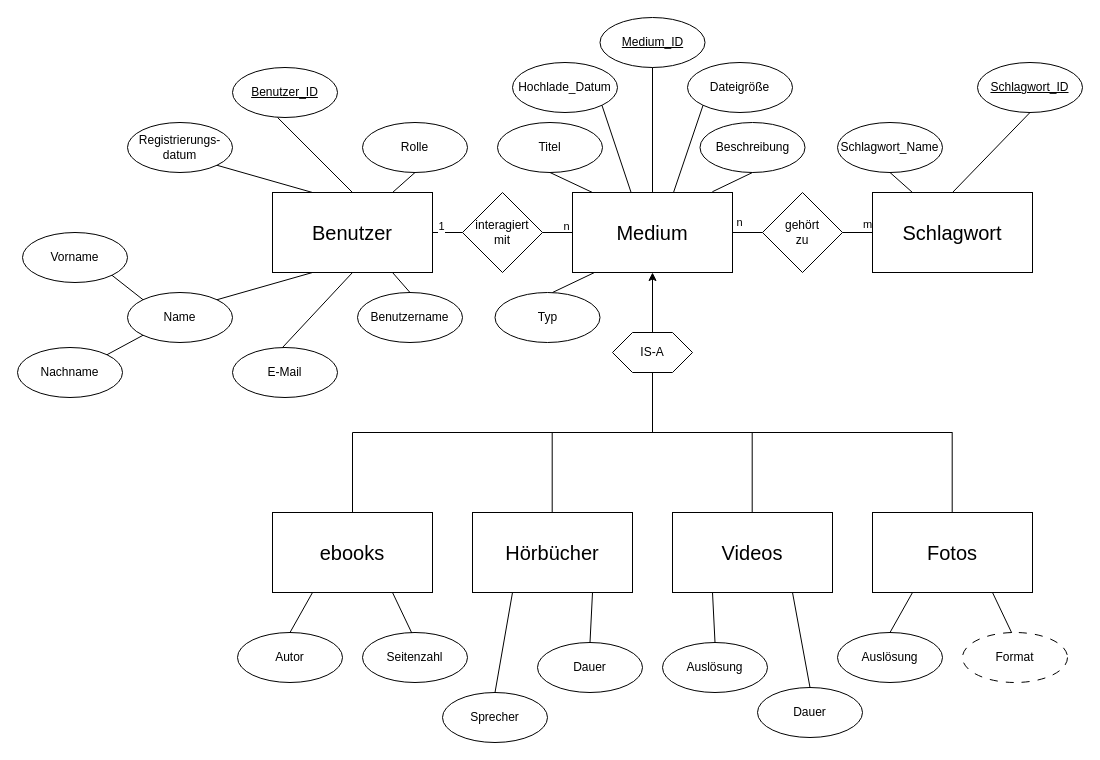
Kaktussaft/Mediendatenbank-broken keeps this draw.io diagram as Diagramme/ER-Diagramm.drawio. Above is the earlier version. Source tidied: cells renumbered, new cells numbered last; positions are measured from the earlier drawing's top-left corner, leaving out a move shared by most shapes. Both pictures are drawn from the tidied source at 100%, with x=0, y=0 at pixel (17, 17).
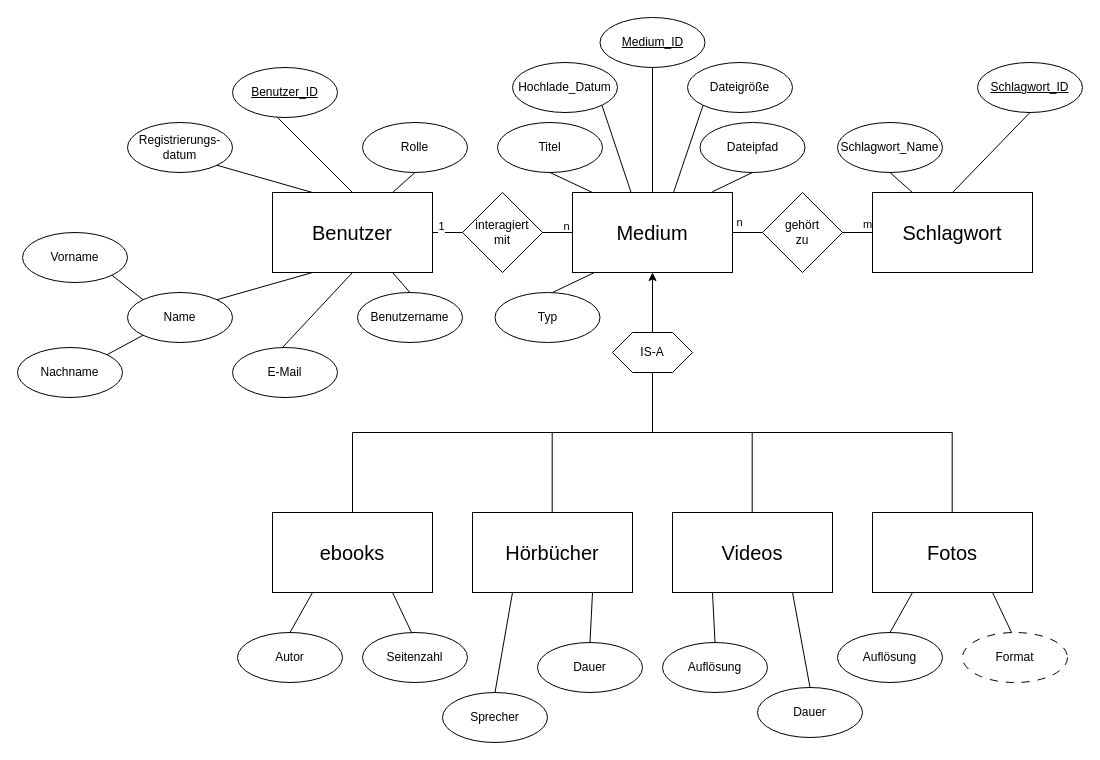
The same diagram, later.

Commit message:
Beschreibung --> Dateipfad und Rechtschreibfehlerkorrektur

Diff of the diagram source:
```diff
@@
-    <mxCell id="29" value="Beschreibung" style="ellipse;whiteSpace=wrap;html=1;" parent="1" vertex="1">
+    <mxCell id="29" value="Dateipfad" style="ellipse;whiteSpace=wrap;html=1;" parent="1" vertex="1">
       <mxGeometry x="682.5" y="105" width="105" height="50" as="geometry" />
     </mxCell>
@@
-    <mxCell id="43" value="Auslösung" style="ellipse;whiteSpace=wrap;html=1;" parent="1" vertex="1">
+    <mxCell id="43" value="Auflösung" style="ellipse;whiteSpace=wrap;html=1;" parent="1" vertex="1">
       <mxGeometry x="645" y="625" width="105" height="50" as="geometry" />
     </mxCell>
@@
-    <mxCell id="47" value="Auslösung" style="ellipse;whiteSpace=wrap;html=1;" parent="1" vertex="1">
+    <mxCell id="47" value="Auflösung" style="ellipse;whiteSpace=wrap;html=1;" parent="1" vertex="1">
       <mxGeometry x="820" y="615" width="105" height="50" as="geometry" />
     </mxCell>
```
